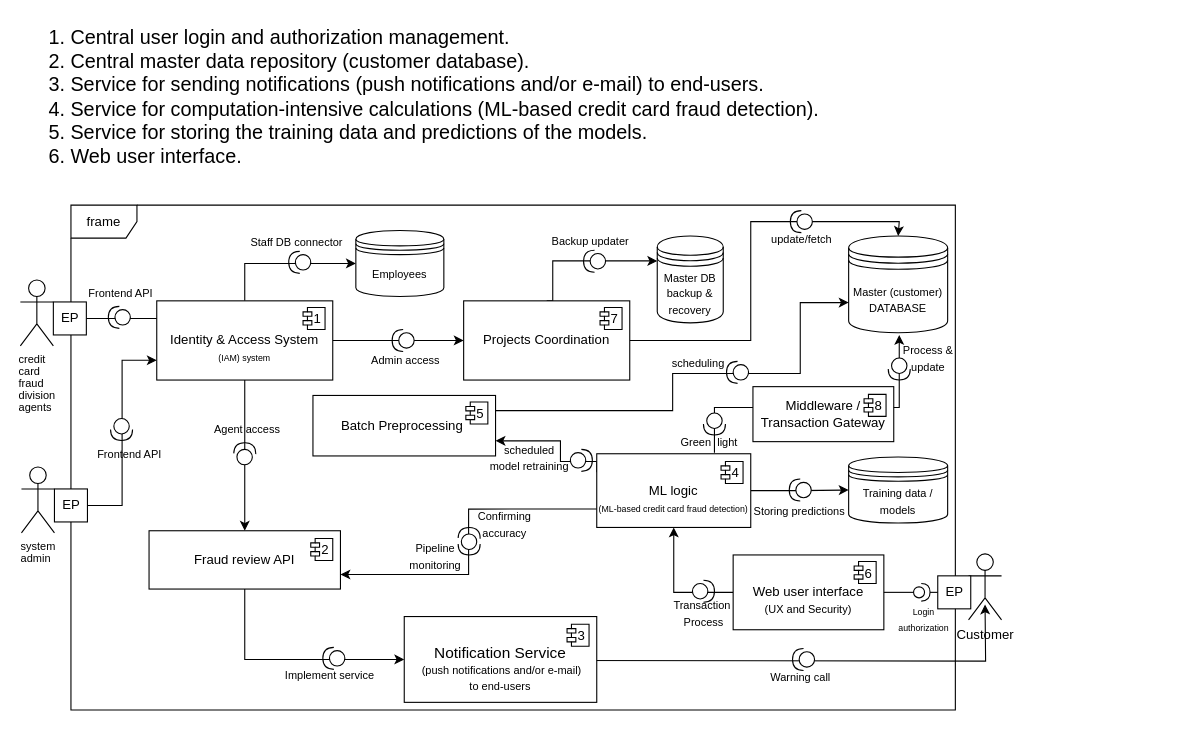
This is gifs/Untitled Diagram.drawio from midani-47/midani-47, a draw.io file, before an edit. Source tidied: cells renumbered, new cells numbered last; positions are measured from the earlier drawing's top-left corner, leaving out a move shared by most shapes. Both pictures are drawn from the tidied source at 110%, with x=0, y=0 at pixel (20, 19).
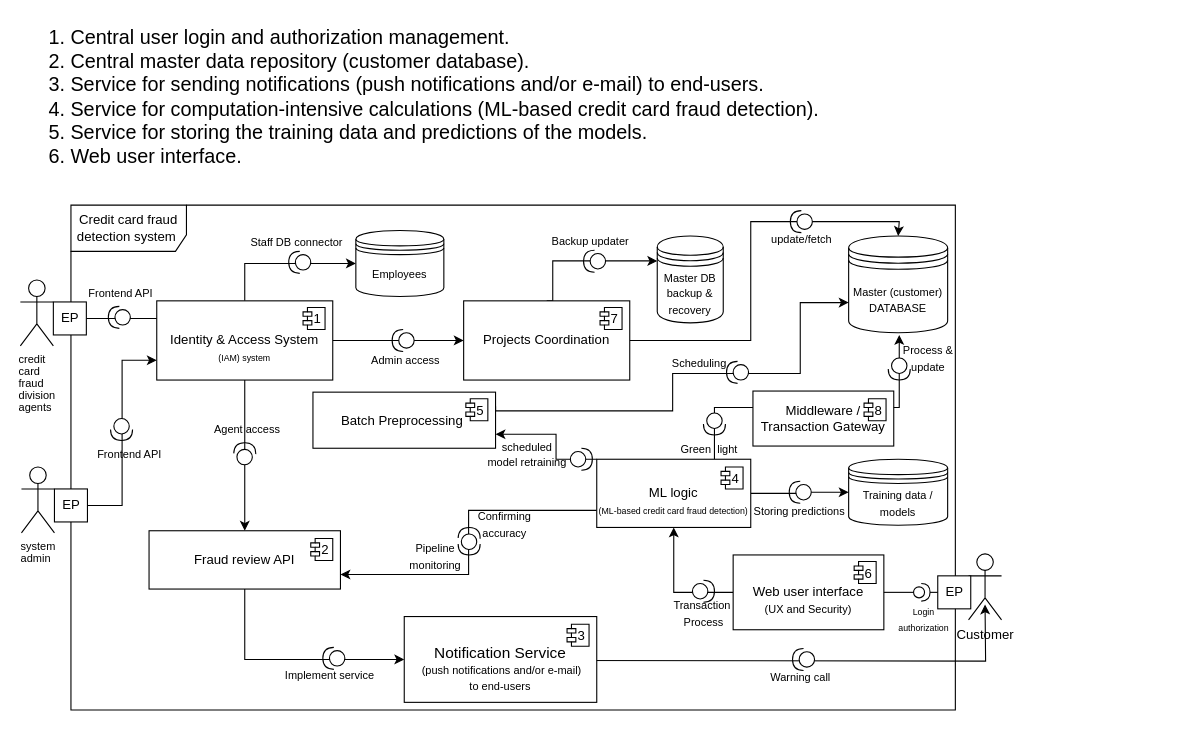
Above is the later version.

Change to the diagram source:
```diff
@@
-    <mxCell id="4" value="frame" style="shape=umlFrame;whiteSpace=wrap;html=1;" parent="1" vertex="1">
+    <mxCell id="4" value="&lt;font style=&quot;font-size: 12px;&quot;&gt;Credit card fraud detection system&amp;nbsp;&lt;/font&gt;" style="shape=umlFrame;whiteSpace=wrap;html=1;width=105;height=42;align=center;" parent="1" vertex="1">
       <mxGeometry x="46" y="169" width="804" height="459" as="geometry" />
     </mxCell>
@@
-    <mxCell id="21" style="edgeStyle=orthogonalEdgeStyle;rounded=0;orthogonalLoop=1;jettySize=auto;html=1;entryX=0.5;entryY=1;entryDx=0;entryDy=0;" parent="1" edge="1">
+    <mxCell id="21" style="edgeStyle=orthogonalEdgeStyle;rounded=0;jettySize=auto;html=1;entryX=0.5;entryY=1;entryDx=0;entryDy=0;" parent="1" edge="1" source="25">
       <mxGeometry relative="1" as="geometry">
-        <mxPoint x="631" y="394" as="sourcePoint" />
         <mxPoint x="799" y="287" as="targetPoint" />
         <Array as="points">
-          <mxPoint x="631" y="384" />
           <mxPoint x="631" y="353" />
           <mxPoint x="799" y="353" />
         </Array>
       </mxGeometry>
     </mxCell>
@@
+    <mxCell id="24" style="edgeStyle=orthogonalEdgeStyle;rounded=0;jettySize=auto;html=1;entryX=0;entryY=0.5;entryDx=0;entryDy=0;" parent="1" edge="1" source="25" target="27">
+      <mxGeometry relative="1" as="geometry" />
+    </mxCell>
-    <mxCell id="23" style="edgeStyle=orthogonalEdgeStyle;rounded=0;jettySize=auto;html=1;entryX=1;entryY=0.75;entryDx=0;entryDy=0;exitX=0;exitY=0.25;exitDx=0;exitDy=0;" parent="1" edge="1" source="25" target="49">
+    <mxCell id="23" style="edgeStyle=orthogonalEdgeStyle;rounded=0;jettySize=auto;html=1;entryX=1;entryY=0.75;entryDx=0;entryDy=0;exitX=0;exitY=0;exitDx=0;exitDy=0;" parent="1" edge="1" source="25" target="49">
       <mxGeometry relative="1" as="geometry">
         <Array as="points">
-          <mxPoint x="491" y="402" />
-          <mxPoint x="491" y="383" />
+          <mxPoint x="487" y="400" />
+          <mxPoint x="487" y="378" />
         </Array>
       </mxGeometry>
     </mxCell>
-    <mxCell id="24" style="edgeStyle=orthogonalEdgeStyle;rounded=0;jettySize=auto;html=1;entryX=0;entryY=0.5;entryDx=0;entryDy=0;" parent="1" edge="1" source="25" target="27">
-      <mxGeometry relative="1" as="geometry" />
-    </mxCell>
     <mxCell id="25" value="&lt;div&gt;&lt;br&gt;&lt;/div&gt;ML logic&lt;div&gt;&lt;span style=&quot;text-align: left;&quot;&gt;&lt;font style=&quot;font-size: 8px;&quot;&gt;(ML-based credit card fraud detection)&lt;/font&gt;&lt;/span&gt;&lt;/div&gt;" style="html=1;whiteSpace=wrap;" parent="1" vertex="1">
-      <mxGeometry x="524" y="395" width="140" height="67" as="geometry" />
+      <mxGeometry x="524" y="400" width="140" height="62" as="geometry" />
     </mxCell>
@@
     <mxCell id="27" value="&lt;span style=&quot;font-size: 10px;&quot;&gt;Training data / models&lt;/span&gt;" style="shape=datastore;whiteSpace=wrap;html=1;" parent="1" vertex="1">
-      <mxGeometry x="753" y="398" width="90" height="60" as="geometry" />
+      <mxGeometry x="753" y="400" width="90" height="60" as="geometry" />
     </mxCell>
@@
     <mxCell id="32" style="shape=providedRequiredInterface;html=1;verticalLabelPosition=bottom;rotation=-180;" parent="1" vertex="1">
-      <mxGeometry x="699" y="418" width="20" height="20" as="geometry" />
+      <mxGeometry x="699" y="420" width="20" height="20" as="geometry" />
     </mxCell>
@@
     <mxCell id="49" value="Batch Preprocessing&amp;nbsp;" style="html=1;whiteSpace=wrap;" parent="1" vertex="1">
-      <mxGeometry x="266" y="342" width="166" height="55" as="geometry" />
+      <mxGeometry x="266" y="339" width="166" height="51" as="geometry" />
     </mxCell>
@@
     <mxCell id="53" style="shape=providedRequiredInterface;html=1;verticalLabelPosition=bottom;rotation=0;" parent="1" vertex="1">
-      <mxGeometry x="500" y="391" width="20" height="20" as="geometry" />
+      <mxGeometry x="500" y="390" width="20" height="20" as="geometry" />
     </mxCell>
@@
     <mxCell id="55" value="&lt;div style=&quot;text-align: center;&quot;&gt;&lt;font style=&quot;background-color: transparent; color: light-dark(rgb(0, 0, 0), rgb(255, 255, 255)); font-size: 10px;&quot;&gt;scheduled model&amp;nbsp;&lt;/font&gt;&lt;span style=&quot;background-color: transparent; color: light-dark(rgb(0, 0, 0), rgb(255, 255, 255)); font-size: 10px; text-align: center;&quot;&gt;retraining&lt;/span&gt;&lt;/div&gt;" style="text;whiteSpace=wrap;html=1;" parent="1" vertex="1">
-      <mxGeometry x="419" y="378" width="86" height="36" as="geometry" />
+      <mxGeometry x="417" y="375" width="86" height="36" as="geometry" />
     </mxCell>
@@
-    <mxCell id="75" value="&lt;span style=&quot;font-size: 10px;&quot;&gt;scheduling&lt;/span&gt;" style="text;html=1;align=center;verticalAlign=middle;strokeColor=none;fillColor=none;" parent="1" vertex="1">
-      <mxGeometry x="583" y="299.5" width="66" height="26" as="geometry" />
+    <mxCell id="75" value="&lt;span style=&quot;font-size: 10px;&quot;&gt;Scheduling&lt;/span&gt;" style="text;html=1;align=center;verticalAlign=middle;strokeColor=none;fillColor=none;" parent="1" vertex="1">
+      <mxGeometry x="583" y="299.5" width="67" height="26" as="geometry" />
     </mxCell>
@@
     <mxCell id="78" value="&lt;p class=&quot;p1&quot;&gt;&lt;span style=&quot;background-color: transparent; color: light-dark(rgb(0, 0, 0), rgb(255, 255, 255));&quot;&gt;Middleware / Transaction Gateway&lt;/span&gt;&lt;/p&gt;" style="html=1;whiteSpace=wrap;" parent="1" vertex="1">
-      <mxGeometry x="666" y="334" width="128" height="50" as="geometry" />
+      <mxGeometry x="666" y="338" width="128" height="50" as="geometry" />
     </mxCell>
@@
     <mxCell id="83" value="&lt;span style=&quot;font-size: 10px;&quot;&gt;Green&amp;nbsp; light&lt;/span&gt;" style="text;html=1;align=center;verticalAlign=middle;strokeColor=none;fillColor=none;" parent="1" vertex="1">
-      <mxGeometry x="591" y="370.5" width="70" height="26" as="geometry" />
+      <mxGeometry x="591" y="377.5" width="70" height="26" as="geometry" />
     </mxCell>
```
